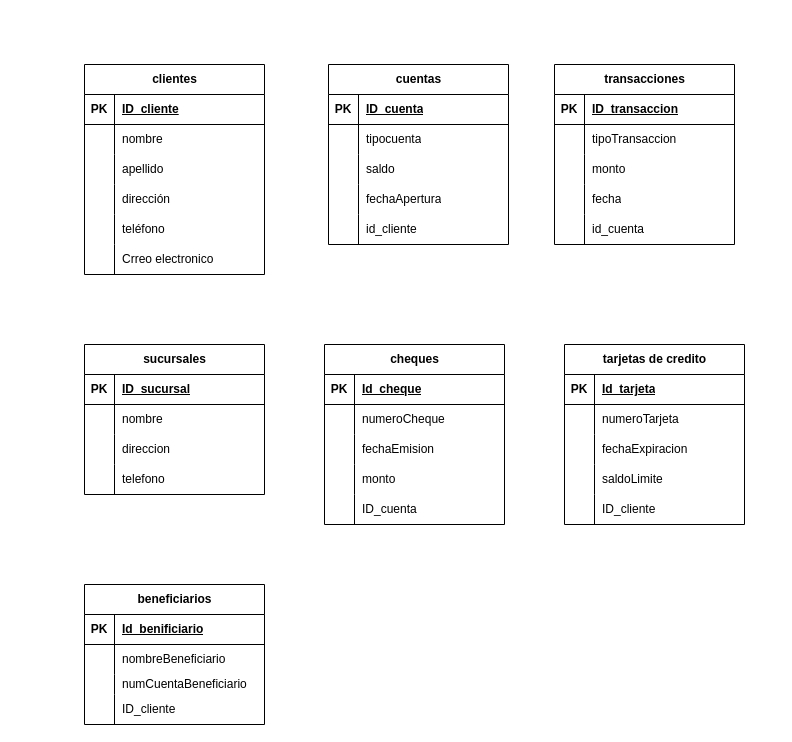
Before: page "Página-2" (2 of 2) of diagrama/BaseDatos.drawio in williamgl3/fbd-william-gonzalez, a draw.io diagram. Source tidied: cells renumbered, new cells numbered last; positions are measured from the earlier drawing's top-left corner, leaving out a move shared by most shapes. Both pictures are drawn from the tidied source at 100%, with x=0, y=0 at pixel (84, 64).
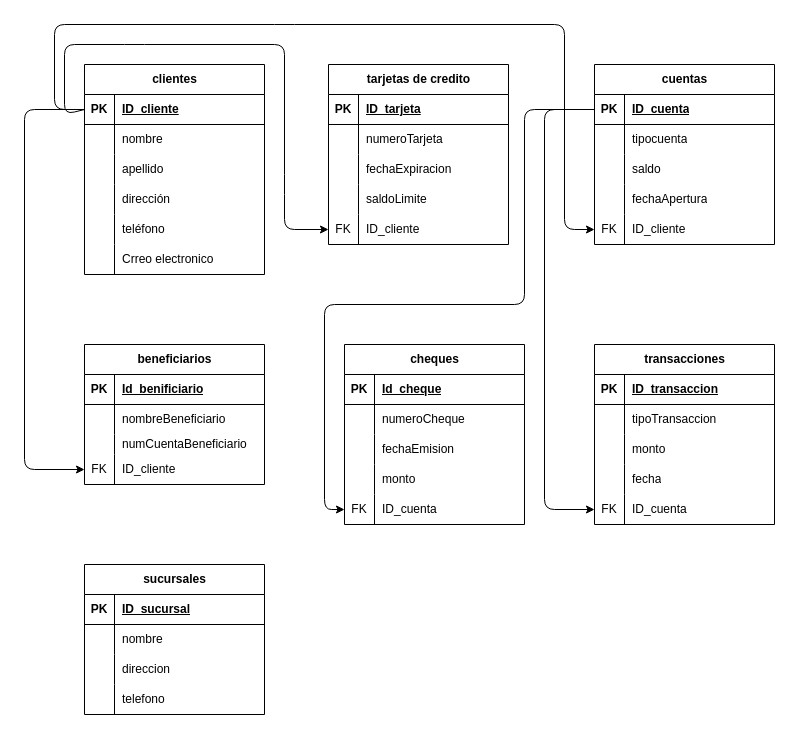
The same page after the edit.

The change refers to these unchanged cells:
```xml
<mxCell id="3" style="shape=tableRow;horizontal=0;startSize=0;swimlaneHead=0;swimlaneBody=0;fillColor=none;points=[[0,0.5],[1,0.5]];portConstraint=eastwest;top=0;left=0;right=0;bottom=1;" parent="2" vertex="1">
  <mxGeometry y="30" width="180" height="30" as="geometry" />
</mxCell>
<mxCell id="22" style="shape=tableRow;horizontal=0;startSize=0;swimlaneHead=0;swimlaneBody=0;fillColor=none;points=[[0,0.5],[1,0.5]];portConstraint=eastwest;top=0;left=0;right=0;bottom=1;" parent="21" vertex="1">
  <mxGeometry y="30" width="180" height="30" as="geometry" />
</mxCell>
<mxCell id="34" style="shape=tableRow;horizontal=0;startSize=0;swimlaneHead=0;swimlaneBody=0;fillColor=none;points=[[0,0.5],[1,0.5]];portConstraint=eastwest;top=0;left=0;right=0;bottom=0;" parent="21" vertex="1">
  <mxGeometry y="150" width="180" height="30" as="geometry" />
</mxCell>
<mxCell id="50" style="shape=tableRow;horizontal=0;startSize=0;swimlaneHead=0;swimlaneBody=0;fillColor=none;points=[[0,0.5],[1,0.5]];portConstraint=eastwest;top=0;left=0;right=0;bottom=0;" parent="37" vertex="1">
  <mxGeometry y="150" width="180" height="30" as="geometry" />
</mxCell>
<mxCell id="79" style="shape=tableRow;horizontal=0;startSize=0;swimlaneHead=0;swimlaneBody=0;fillColor=none;points=[[0,0.5],[1,0.5]];portConstraint=eastwest;top=0;left=0;right=0;bottom=0;" parent="66" vertex="1">
  <mxGeometry y="150" width="180" height="30" as="geometry" />
</mxCell>
<mxCell id="92" style="shape=tableRow;horizontal=0;startSize=0;swimlaneHead=0;swimlaneBody=0;fillColor=none;points=[[0,0.5],[1,0.5]];portConstraint=eastwest;top=0;left=0;right=0;bottom=0;" parent="82" vertex="1">
  <mxGeometry y="110" width="180" height="30" as="geometry" />
</mxCell>
<mxCell id="96" style="shape=tableRow;horizontal=0;startSize=0;swimlaneHead=0;swimlaneBody=0;fillColor=none;top=0;left=0;right=0;bottom=1;" parent="95" vertex="1">
  <mxGeometry y="30" width="180" height="30" as="geometry" />
</mxCell>
<mxCell id="108" style="shape=tableRow;horizontal=0;startSize=0;swimlaneHead=0;swimlaneBody=0;fillColor=none;points=[[0,0.5],[1,0.5]];portConstraint=eastwest;top=0;left=0;right=0;bottom=0;" parent="95" vertex="1">
  <mxGeometry y="150" width="180" height="30" as="geometry" />
</mxCell>
```

Diff of the diagram source:
```diff
@@
     <mxCell id="21" value="cuentas" style="shape=table;startSize=30;childLayout=tableLayout;rowLines=0;fontStyle=1;align=center;html=1;" parent="1" vertex="1">
-      <mxGeometry x="244" width="180" height="180" as="geometry" />
+      <mxGeometry x="510" width="180" height="180" as="geometry" />
     </mxCell>
@@
-    <mxCell id="35" style="shape=partialRectangle;fillColor=none;top=0;left=0;bottom=0;right=0;overflow=hidden;whiteSpace=wrap;html=1;" parent="34" vertex="1">
+    <mxCell id="35" value="FK" style="shape=partialRectangle;fillColor=none;top=0;left=0;bottom=0;right=0;overflow=hidden;whiteSpace=wrap;html=1;" parent="34" vertex="1">
       <mxGeometry width="30" height="30" as="geometry" />
     </mxCell>
-    <mxCell id="36" value="id_cliente" style="shape=partialRectangle;fillColor=none;top=0;left=0;bottom=0;right=0;align=left;spacingLeft=6;overflow=hidden;whiteSpace=wrap;html=1;" parent="34" vertex="1">
+    <mxCell id="36" value="ID_cliente" style="shape=partialRectangle;fillColor=none;top=0;left=0;bottom=0;right=0;align=left;spacingLeft=6;overflow=hidden;whiteSpace=wrap;html=1;" parent="34" vertex="1">
       <mxGeometry x="30" width="150" height="30" as="geometry" />
     </mxCell>
     <mxCell id="37" value="transacciones" style="shape=table;startSize=30;childLayout=tableLayout;rowLines=0;fontStyle=1;align=center;html=1;" parent="1" vertex="1">
-      <mxGeometry x="470" width="180" height="180" as="geometry" />
+      <mxGeometry x="510" y="280" width="180" height="180" as="geometry" />
     </mxCell>
@@
-    <mxCell id="51" style="shape=partialRectangle;fillColor=none;top=0;left=0;bottom=0;right=0;overflow=hidden;whiteSpace=wrap;html=1;" parent="50" vertex="1">
+    <mxCell id="51" value="FK" style="shape=partialRectangle;fillColor=none;top=0;left=0;bottom=0;right=0;overflow=hidden;whiteSpace=wrap;html=1;" parent="50" vertex="1">
       <mxGeometry width="30" height="30" as="geometry" />
     </mxCell>
-    <mxCell id="52" value="id_cuenta" style="shape=partialRectangle;fillColor=none;top=0;left=0;bottom=0;right=0;align=left;spacingLeft=6;overflow=hidden;whiteSpace=wrap;html=1;" parent="50" vertex="1">
+    <mxCell id="52" value="ID_cuenta" style="shape=partialRectangle;fillColor=none;top=0;left=0;bottom=0;right=0;align=left;spacingLeft=6;overflow=hidden;whiteSpace=wrap;html=1;" parent="50" vertex="1">
       <mxGeometry x="30" width="150" height="30" as="geometry" />
     </mxCell>
     <mxCell id="53" value="sucursales" style="shape=table;startSize=30;childLayout=tableLayout;rowLines=0;fontStyle=1;align=center;html=1;" parent="1" vertex="1">
-      <mxGeometry y="280" width="180" height="150" as="geometry" />
+      <mxGeometry y="500" width="180" height="150" as="geometry" />
     </mxCell>
@@
     <mxCell id="66" value="cheques" style="shape=table;startSize=30;childLayout=tableLayout;rowLines=0;fontStyle=1;align=center;html=1;" parent="1" vertex="1">
-      <mxGeometry x="240" y="280" width="180" height="180" as="geometry" />
+      <mxGeometry x="260" y="280" width="180" height="180" as="geometry" />
     </mxCell>
@@
-    <mxCell id="80" style="shape=partialRectangle;fillColor=none;top=0;left=0;bottom=0;right=0;overflow=hidden;whiteSpace=wrap;html=1;" parent="79" vertex="1">
+    <mxCell id="80" value="FK" style="shape=partialRectangle;fillColor=none;top=0;left=0;bottom=0;right=0;overflow=hidden;whiteSpace=wrap;html=1;" parent="79" vertex="1">
       <mxGeometry width="30" height="30" as="geometry" />
     </mxCell>
@@
     <mxCell id="82" value="beneficiarios" style="shape=table;startSize=30;childLayout=tableLayout;rowLines=0;fontStyle=1;align=center;html=1;" parent="1" vertex="1">
-      <mxGeometry y="520" width="180" height="140" as="geometry" />
+      <mxGeometry y="280" width="180" height="140" as="geometry" />
     </mxCell>
@@
-    <mxCell id="93" style="shape=partialRectangle;fillColor=none;top=0;left=0;bottom=0;right=0;overflow=hidden;whiteSpace=wrap;html=1;" parent="92" vertex="1">
+    <mxCell id="93" value="FK" style="shape=partialRectangle;fillColor=none;top=0;left=0;bottom=0;right=0;overflow=hidden;whiteSpace=wrap;html=1;" parent="92" vertex="1">
       <mxGeometry width="30" height="30" as="geometry" />
     </mxCell>
@@
     <mxCell id="95" value="tarjetas de credito" style="shape=table;startSize=30;childLayout=tableLayout;rowLines=0;fontStyle=1;align=center;html=1;" parent="1" vertex="1">
-      <mxGeometry x="480" y="280" width="180" height="180" as="geometry" />
+      <mxGeometry x="244" width="180" height="180" as="geometry" />
     </mxCell>
@@
-    <mxCell id="98" value="Id_tarjeta" style="shape=partialRectangle;fillColor=none;top=0;left=0;bottom=0;right=0;align=left;spacingLeft=6;fontStyle=5;overflow=hidden;whiteSpace=wrap;html=1;" parent="96" vertex="1">
+    <mxCell id="98" value="ID_tarjeta" style="shape=partialRectangle;fillColor=none;top=0;left=0;bottom=0;right=0;align=left;spacingLeft=6;fontStyle=5;overflow=hidden;whiteSpace=wrap;html=1;" parent="96" vertex="1">
       <mxGeometry x="30" width="150" height="30" as="geometry" />
     </mxCell>
@@
-    <mxCell id="109" style="shape=partialRectangle;fillColor=none;top=0;left=0;bottom=0;right=0;overflow=hidden;whiteSpace=wrap;html=1;" parent="108" vertex="1">
+    <mxCell id="109" value="FK" style="shape=partialRectangle;fillColor=none;top=0;left=0;bottom=0;right=0;overflow=hidden;whiteSpace=wrap;html=1;" parent="108" vertex="1">
       <mxGeometry width="30" height="30" as="geometry" />
     </mxCell>
@@
+    <mxCell id="111" style="edgeStyle=none;html=1;exitX=0;exitY=0.5;exitDx=0;exitDy=0;entryX=0;entryY=0.5;entryDx=0;entryDy=0;" parent="1" edge="1" source="3" target="92">
+      <mxGeometry relative="1" as="geometry">
+        <Array as="points">
+          <mxPoint x="-60" y="45" />
+          <mxPoint x="-60" y="405" />
+        </Array>
+      </mxGeometry>
+    </mxCell>
+    <mxCell id="112" style="edgeStyle=none;html=1;exitX=0;exitY=0.5;exitDx=0;exitDy=0;entryX=0;entryY=0.5;entryDx=0;entryDy=0;" parent="1" edge="1" source="3" target="108">
+      <mxGeometry relative="1" as="geometry">
+        <Array as="points">
+          <mxPoint x="-20" y="50" />
+          <mxPoint x="-20" y="-20" />
+          <mxPoint x="50" y="-20" />
+          <mxPoint x="200" y="-20" />
+          <mxPoint x="200" y="120" />
+          <mxPoint x="200" y="165" />
+        </Array>
+      </mxGeometry>
+    </mxCell>
+    <mxCell id="113" style="edgeStyle=none;html=1;entryX=0;entryY=0.5;entryDx=0;entryDy=0;exitX=0;exitY=0.5;exitDx=0;exitDy=0;" parent="1" edge="1" source="3" target="34">
+      <mxGeometry relative="1" as="geometry">
+        <Array as="points">
+          <mxPoint x="-30" y="45" />
+          <mxPoint x="-30" y="-40" />
+          <mxPoint x="200" y="-40" />
+          <mxPoint x="480" y="-40" />
+          <mxPoint x="480" y="165" />
+        </Array>
+      </mxGeometry>
+    </mxCell>
+    <mxCell id="114" style="edgeStyle=none;html=1;exitX=0;exitY=0.5;exitDx=0;exitDy=0;entryX=0;entryY=0.5;entryDx=0;entryDy=0;" parent="1" edge="1" source="22" target="50">
+      <mxGeometry relative="1" as="geometry">
+        <Array as="points">
+          <mxPoint x="460" y="45" />
+          <mxPoint x="460" y="445" />
+        </Array>
+      </mxGeometry>
+    </mxCell>
+    <mxCell id="115" style="edgeStyle=none;html=1;exitX=0;exitY=0.5;exitDx=0;exitDy=0;entryX=0;entryY=0.5;entryDx=0;entryDy=0;" parent="1" edge="1" source="22" target="79">
+      <mxGeometry relative="1" as="geometry">
+        <Array as="points">
+          <mxPoint x="440" y="45" />
+          <mxPoint x="440" y="240" />
+          <mxPoint x="240" y="240" />
+          <mxPoint x="240" y="445" />
+        </Array>
+      </mxGeometry>
+    </mxCell>
```
